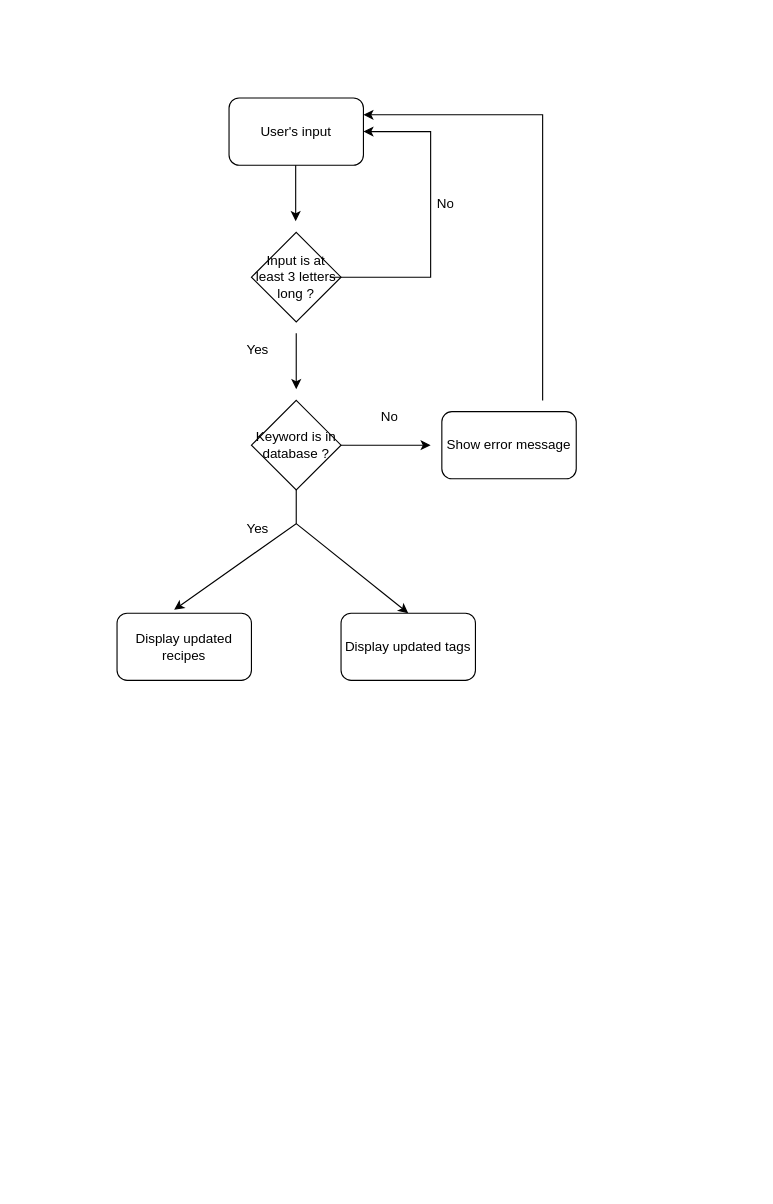
delamelie/P7-Les-petits-plats keeps this draw.io diagram as Fiche d'investigation.drawio. Above is the earlier version. Source tidied: cells renumbered, new cells numbered last; positions are measured from the earlier drawing's top-left corner, leaving out a move shared by most shapes. Both pictures are drawn from the tidied source at 112%, with x=0, y=0 at pixel (116, 97).
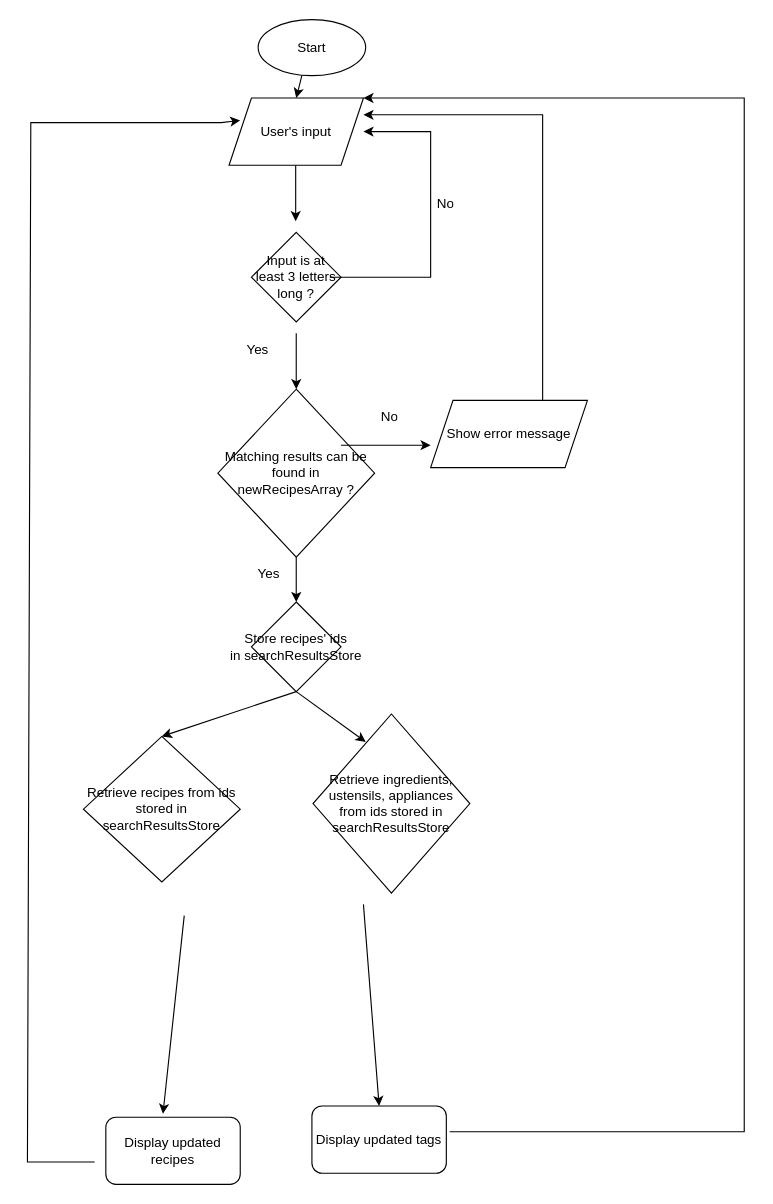
Above is the later version.

Commit message (it also covers changes not shown here):
Cross results from main input and tags

Change to the diagram source:
```diff
@@
-    <mxCell id="2" value="User's input" style="rounded=1;whiteSpace=wrap;html=1;" parent="1" vertex="1">
-      <mxGeometry x="100" width="120" height="60" as="geometry" />
-    </mxCell>
@@
-    <mxCell id="6" style="endArrow=classic;html=1;rounded=0;entryX=1;entryY=0.5;entryDx=0;entryDy=0;" parent="1" edge="1" target="2">
+    <mxCell id="6" style="endArrow=classic;html=1;rounded=0;entryX=1;entryY=0.5;entryDx=0;entryDy=0;" parent="1" edge="1">
       <mxGeometry relative="1" as="geometry">
         <mxPoint x="190" y="160" as="sourcePoint" />
+        <mxPoint x="220" y="30" as="targetPoint" />
         <Array as="points">
           <mxPoint x="200" y="160" />
           <mxPoint x="190" y="160" />
           <mxPoint x="280" y="160" />
           <mxPoint x="280" y="150" />
           <mxPoint x="280" y="30" />
         </Array>
       </mxGeometry>
     </mxCell>
@@
-    <mxCell id="8" value="Keyword is in database ?" style="rhombus;whiteSpace=wrap;html=1;" parent="1" vertex="1">
-      <mxGeometry x="120" y="270" width="80" height="80" as="geometry" />
+    <mxCell id="8" value="Matching results can be found in newRecipesArray ?" style="rhombus;whiteSpace=wrap;html=1;" parent="1" vertex="1">
+      <mxGeometry x="90" y="260" width="140" height="150" as="geometry" />
     </mxCell>
     <mxCell id="9" value="Yes" style="text;strokeColor=none;fillColor=none;align=left;verticalAlign=middle;spacingLeft=4;spacingRight=4;overflow=hidden;whiteSpace=wrap;html=1;" parent="1" vertex="1">
-      <mxGeometry x="110" y="370" width="30" height="30" as="geometry" />
+      <mxGeometry x="120" y="410" width="30" height="30" as="geometry" />
     </mxCell>
-    <mxCell id="10" style="endArrow=classic;html=1;rounded=0;entryX=0.425;entryY=-0.05;entryDx=0;entryDy=0;entryPerimeter=0;exitX=0.5;exitY=1;exitDx=0;exitDy=0;" parent="1" edge="1" source="8" target="11">
+    <mxCell id="10" style="endArrow=classic;html=1;rounded=0;entryX=0.425;entryY=-0.05;entryDx=0;entryDy=0;entryPerimeter=0;" parent="1" edge="1" target="11">
       <mxGeometry relative="1" as="geometry">
-        <Array as="points">
-          <mxPoint x="160" y="380" />
-        </Array>
+        <mxPoint x="60" y="730" as="sourcePoint" />
       </mxGeometry>
     </mxCell>
     <mxCell id="11" value="Display updated recipes" style="rounded=1;whiteSpace=wrap;html=1;" parent="1" vertex="1">
-      <mxGeometry y="460" width="120" height="60" as="geometry" />
+      <mxGeometry x="-10" y="910" width="120" height="60" as="geometry" />
     </mxCell>
@@
-    <mxCell id="14" value="Show error message" style="rounded=1;whiteSpace=wrap;html=1;" parent="1" vertex="1">
-      <mxGeometry x="290" y="280" width="120" height="60" as="geometry" />
-    </mxCell>
@@
-    <mxCell id="16" style="endArrow=classic;html=1;rounded=0;entryX=1;entryY=0.25;entryDx=0;entryDy=0;" parent="1" edge="1" target="2">
+    <mxCell id="16" style="endArrow=classic;html=1;rounded=0;entryX=1;entryY=0.25;entryDx=0;entryDy=0;" parent="1" edge="1">
       <mxGeometry relative="1" as="geometry">
         <mxPoint x="380" y="270" as="sourcePoint" />
+        <mxPoint x="220" y="15" as="targetPoint" />
         <Array as="points">
           <mxPoint x="380" y="15" />
         </Array>
       </mxGeometry>
     </mxCell>
     <mxCell id="17" style="endArrow=classic;html=1;rounded=0;entryX=0.5;entryY=0;entryDx=0;entryDy=0;" parent="1" edge="1" target="18">
       <mxGeometry relative="1" as="geometry">
-        <mxPoint x="160" y="380" as="sourcePoint" />
+        <mxPoint x="220" y="720" as="sourcePoint" />
       </mxGeometry>
     </mxCell>
     <mxCell id="18" value="Display updated tags" style="rounded=1;whiteSpace=wrap;html=1;" parent="1" vertex="1">
-      <mxGeometry x="200" y="460" width="120" height="60" as="geometry" />
+      <mxGeometry x="174" y="900" width="120" height="60" as="geometry" />
     </mxCell>
+    <mxCell id="19" style="endArrow=classic;html=1;rounded=0;entryX=-0.025;entryY=0.633;entryDx=0;entryDy=0;entryPerimeter=0;" parent="1" edge="1">
+      <mxGeometry relative="1" as="geometry">
+        <mxPoint x="-20" y="950" as="sourcePoint" />
+        <mxPoint x="110" y="20" as="targetPoint" />
+        <Array as="points">
+          <mxPoint x="-80" y="950" />
+          <mxPoint x="-77" y="22" />
+          <mxPoint x="93" y="22" />
+        </Array>
+      </mxGeometry>
+    </mxCell>
+    <mxCell id="20" style="endArrow=classic;html=1;rounded=0;exitX=1.025;exitY=0.383;exitDx=0;exitDy=0;exitPerimeter=0;entryX=1;entryY=0;entryDx=0;entryDy=0;" parent="1" edge="1" source="18">
+      <mxGeometry relative="1" as="geometry">
+        <mxPoint x="220" as="targetPoint" />
+        <Array as="points">
+          <mxPoint x="560" y="923" />
+          <mxPoint x="560" />
+        </Array>
+      </mxGeometry>
+    </mxCell>
+    <mxCell id="2" value="User's input" style="shape=parallelogram;perimeter=parallelogramPerimeter;whiteSpace=wrap;html=1;fixedSize=1;" parent="1" vertex="1">
+      <mxGeometry x="100" width="120" height="60" as="geometry" />
+    </mxCell>
+    <mxCell id="14" value="Show error message" style="shape=parallelogram;perimeter=parallelogramPerimeter;whiteSpace=wrap;html=1;fixedSize=1;" parent="1" vertex="1">
+      <mxGeometry x="280" y="270" width="140" height="60" as="geometry" />
+    </mxCell>
+    <mxCell id="21" value="Start" style="ellipse;whiteSpace=wrap;html=1;" parent="1" vertex="1">
+      <mxGeometry x="126" y="-70" width="96" height="50" as="geometry" />
+    </mxCell>
+    <mxCell id="22" style="endArrow=classic;html=1;rounded=0;entryX=0.5;entryY=0;entryDx=0;entryDy=0;" parent="1" edge="1" target="2">
+      <mxGeometry relative="1" as="geometry">
+        <mxPoint x="165" y="-20" as="sourcePoint" />
+      </mxGeometry>
+    </mxCell>
+    <mxCell id="23" style="endArrow=classic;html=1;rounded=0;exitX=0.5;exitY=1;exitDx=0;exitDy=0;" parent="1" edge="1" source="8">
+      <mxGeometry relative="1" as="geometry">
+        <mxPoint x="160" y="450" as="targetPoint" />
+      </mxGeometry>
+    </mxCell>
+    <mxCell id="24" value="Store recipes' ids in&amp;nbsp;searchResultsStore" style="rhombus;whiteSpace=wrap;html=1;" parent="1" vertex="1">
+      <mxGeometry x="120" y="450" width="80" height="80" as="geometry" />
+    </mxCell>
+    <mxCell id="25" style="endArrow=classic;html=1;rounded=0;exitX=0.5;exitY=1;exitDx=0;exitDy=0;entryX=0.5;entryY=0;entryDx=0;entryDy=0;" parent="1" edge="1" source="24" target="26">
+      <mxGeometry relative="1" as="geometry" />
+    </mxCell>
+    <mxCell id="26" value="Retrieve recipes from ids stored in searchResultsStore" style="rhombus;whiteSpace=wrap;html=1;" parent="1" vertex="1">
+      <mxGeometry x="-30" y="570" width="140" height="130" as="geometry" />
+    </mxCell>
+    <mxCell id="27" style="endArrow=classic;html=1;rounded=0;exitX=0.5;exitY=1;exitDx=0;exitDy=0;entryX=0.336;entryY=0.156;entryDx=0;entryDy=0;entryPerimeter=0;" parent="1" edge="1" source="24" target="28">
+      <mxGeometry relative="1" as="geometry" />
+    </mxCell>
+    <mxCell id="28" value="Retrieve ingredients, ustensils, appliances from ids stored in searchResultsStore" style="rhombus;whiteSpace=wrap;html=1;" parent="1" vertex="1">
+      <mxGeometry x="175" y="550" width="140" height="160" as="geometry" />
+    </mxCell>
```
